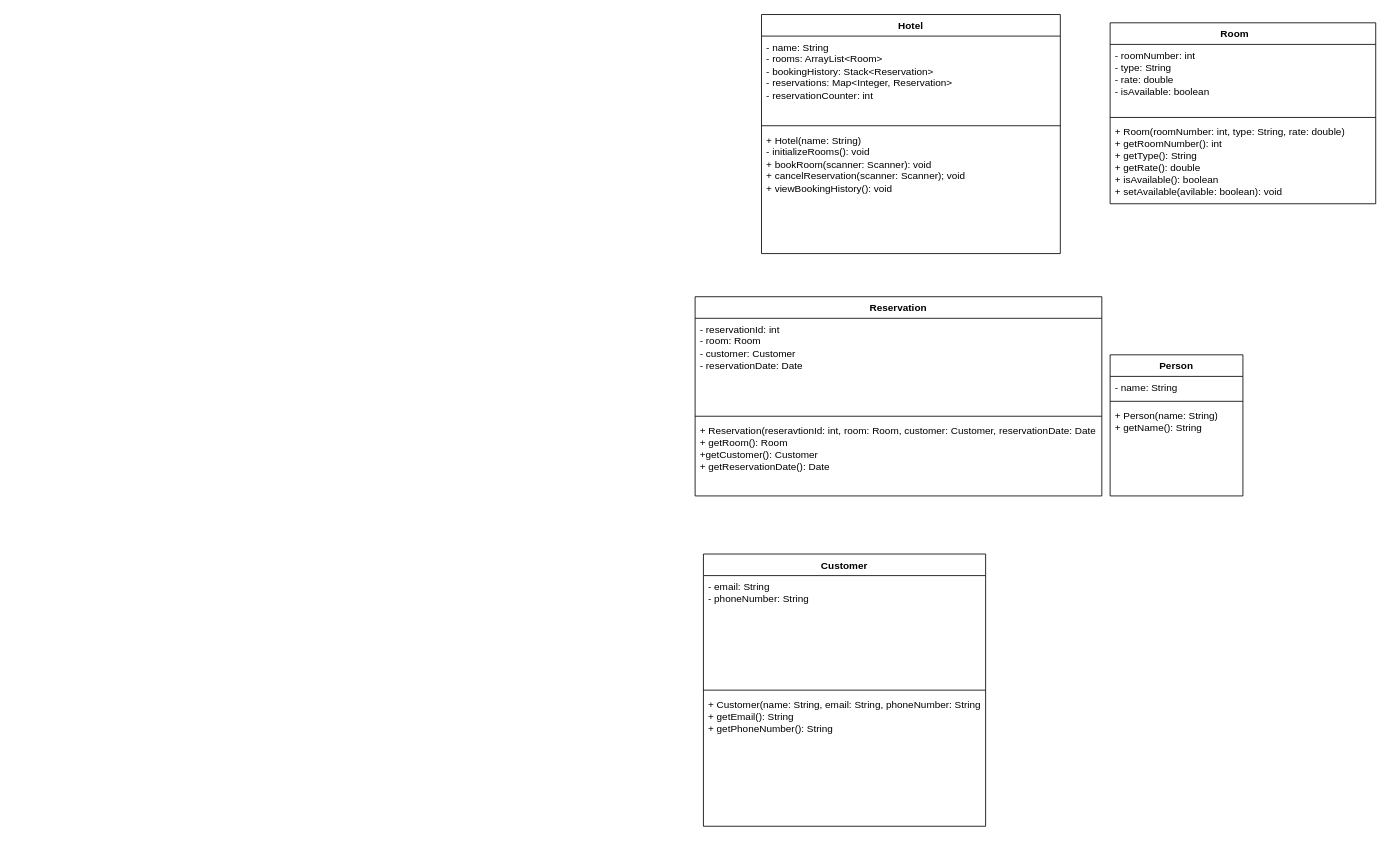
Above: Untitled Diagram.drawio in yash10189/IS247 (draw.io), before the change. Source tidied: cells renumbered, new cells numbered last; positions are measured from the earlier drawing's top-left corner, leaving out a move shared by most shapes. Both pictures are drawn from the tidied source at 83%, with x=0, y=0 at pixel (695, 14).
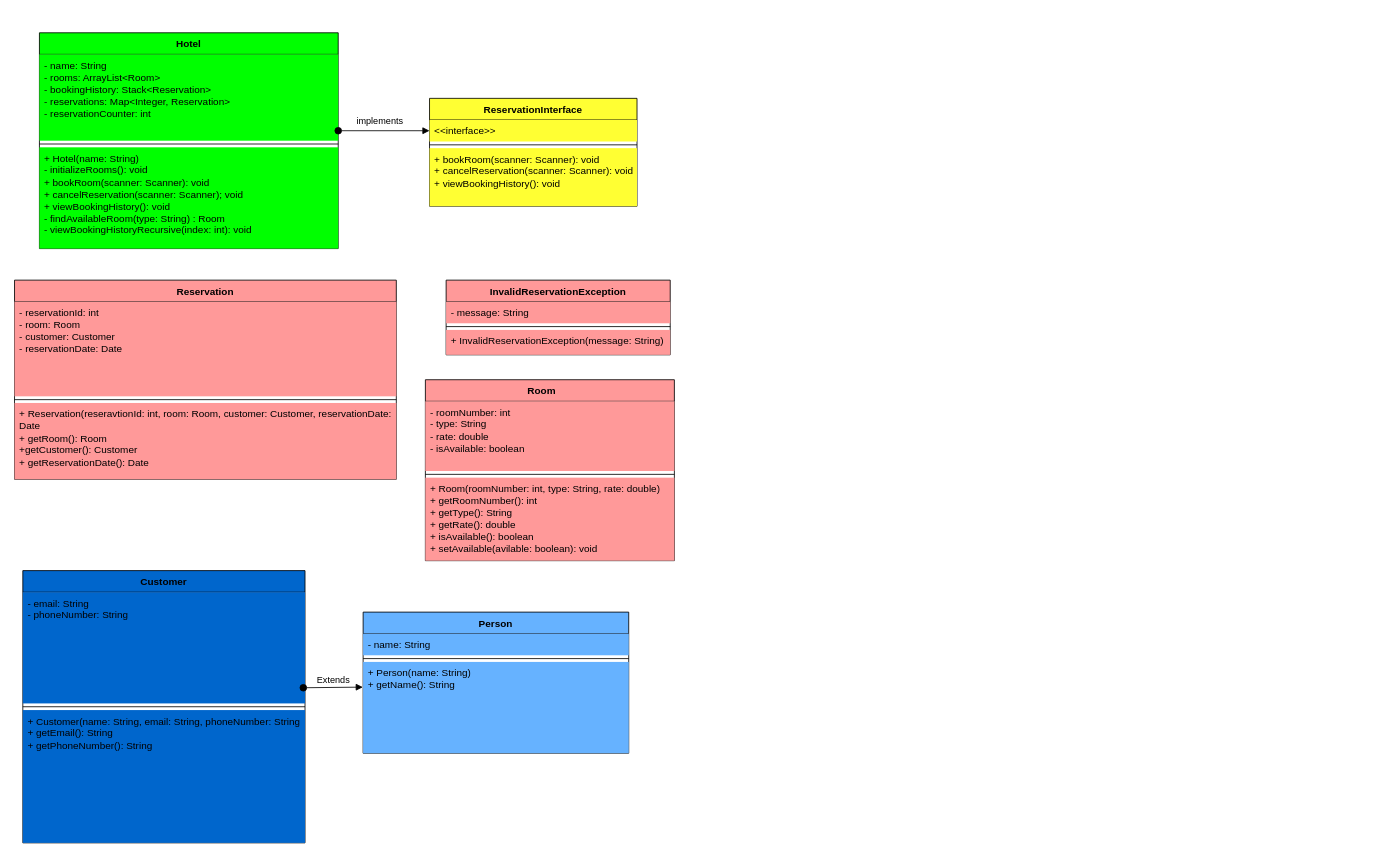
After the change.

Change to the diagram source:
```diff
@@
-    <mxCell id="2" style="endArrow=none;html=1;rounded=0;" parent="1" edge="1">
+    <mxCell id="2" style="endArrow=none;html=1;rounded=0;fillColor=#FF9999;" parent="1" edge="1">
       <mxGeometry relative="1" as="geometry">
         <mxPoint x="30" y="160" as="sourcePoint" />
         <mxPoint x="30" y="160" as="targetPoint" />
       </mxGeometry>
     </mxCell>
-    <mxCell id="3" value="Hotel" style="swimlane;fontStyle=1;align=center;verticalAlign=top;horizontal=1;startSize=26;whiteSpace=wrap;html=1;" parent="1" vertex="1">
-      <mxGeometry x="80" width="360" height="288" as="geometry" />
+    <mxCell id="3" value="Hotel" style="swimlane;fontStyle=1;align=center;verticalAlign=top;horizontal=1;startSize=26;whiteSpace=wrap;html=1;fillColor=#00FF00;" parent="1" vertex="1">
+      <mxGeometry x="-790" y="22" width="360" height="260" as="geometry" />
     </mxCell>
-    <mxCell id="4" value="- name: String&lt;div&gt;- rooms: ArrayList&amp;lt;Room&amp;gt;&lt;/div&gt;&lt;div&gt;- bookingHistory: Stack&amp;lt;Reservation&amp;gt;&lt;/div&gt;&lt;div&gt;- reservations: Map&amp;lt;Integer, Reservation&amp;gt;&amp;nbsp;&lt;/div&gt;&lt;div&gt;- reservationCounter: int&lt;/div&gt;" style="text;strokeColor=none;fillColor=none;align=left;verticalAlign=top;spacingLeft=4;spacingRight=4;overflow=hidden;whiteSpace=wrap;html=1;" parent="3" vertex="1">
+    <mxCell id="4" value="- name: String&lt;div&gt;- rooms: ArrayList&amp;lt;Room&amp;gt;&lt;/div&gt;&lt;div&gt;- bookingHistory: Stack&amp;lt;Reservation&amp;gt;&lt;/div&gt;&lt;div&gt;- reservations: Map&amp;lt;Integer, Reservation&amp;gt;&amp;nbsp;&lt;/div&gt;&lt;div&gt;- reservationCounter: int&lt;/div&gt;" style="text;strokeColor=none;fillColor=#00FF00;align=left;verticalAlign=top;spacingLeft=4;spacingRight=4;overflow=hidden;whiteSpace=wrap;html=1;" parent="3" vertex="1">
       <mxGeometry y="26" width="360" height="104" as="geometry" />
     </mxCell>
-    <mxCell id="5" style="line;strokeWidth=1;fillColor=none;align=left;verticalAlign=middle;spacingTop=-1;spacingLeft=3;spacingRight=3;labelPosition=right;strokeColor=inherit;" parent="3" vertex="1">
+    <mxCell id="5" style="line;strokeWidth=1;fillColor=#00FF00;align=left;verticalAlign=middle;spacingTop=-1;spacingLeft=3;spacingRight=3;labelPosition=right;strokeColor=inherit;" parent="3" vertex="1">
       <mxGeometry y="130" width="360" height="8" as="geometry" />
     </mxCell>
-    <mxCell id="6" value="+ Hotel(name: String)&lt;div&gt;- initializeRooms(): void&lt;/div&gt;&lt;div&gt;+ bookRoom(scanner: Scanner): void&lt;/div&gt;&lt;div&gt;+ cancelReservation(scanner: Scanner); void&lt;/div&gt;&lt;div&gt;+ viewBookingHistory(): void&lt;/div&gt;&lt;div&gt;&lt;br&gt;&lt;/div&gt;" style="text;strokeColor=none;fillColor=none;align=left;verticalAlign=top;spacingLeft=4;spacingRight=4;overflow=hidden;whiteSpace=wrap;html=1;" parent="3" vertex="1">
-      <mxGeometry y="138" width="360" height="150" as="geometry" />
+    <mxCell id="6" value="+ Hotel(name: String)&lt;div&gt;- initializeRooms(): void&lt;/div&gt;&lt;div&gt;+ bookRoom(scanner: Scanner): void&lt;/div&gt;&lt;div&gt;+ cancelReservation(scanner: Scanner); void&lt;/div&gt;&lt;div&gt;+ viewBookingHistory(): void&lt;/div&gt;&lt;div&gt;- findAvailableRoom(type: String) : Room&lt;/div&gt;&lt;div&gt;- viewBookingHistoryRecursive(index: int): void&lt;/div&gt;&lt;div&gt;&lt;br&gt;&lt;/div&gt;" style="text;strokeColor=none;fillColor=#00FF00;align=left;verticalAlign=top;spacingLeft=4;spacingRight=4;overflow=hidden;whiteSpace=wrap;html=1;" parent="3" vertex="1">
+      <mxGeometry y="138" width="360" height="122" as="geometry" />
     </mxCell>
-    <mxCell id="7" value="Room&lt;span style=&quot;white-space: pre;&quot;&gt;&#9;&lt;/span&gt;" style="swimlane;fontStyle=1;align=center;verticalAlign=top;horizontal=1;startSize=26;whiteSpace=wrap;html=1;" parent="1" vertex="1">
-      <mxGeometry x="500" y="10" width="320" height="218" as="geometry" />
+    <mxCell id="7" value="Room&lt;span style=&quot;white-space: pre;&quot;&gt;&#9;&lt;/span&gt;" style="swimlane;fontStyle=1;align=center;verticalAlign=top;horizontal=1;startSize=26;whiteSpace=wrap;html=1;fillColor=#FF9999;" parent="1" vertex="1">
+      <mxGeometry x="-325" y="440" width="300" height="218" as="geometry" />
     </mxCell>
-    <mxCell id="8" value="- roomNumber: int&lt;div&gt;- type: String&lt;/div&gt;&lt;div&gt;- rate: double&lt;/div&gt;&lt;div&gt;- isAvailable: boolean&lt;/div&gt;" style="text;strokeColor=none;fillColor=none;align=left;verticalAlign=top;spacingLeft=4;spacingRight=4;overflow=hidden;whiteSpace=wrap;html=1;" parent="7" vertex="1">
-      <mxGeometry y="26" width="320" height="84" as="geometry" />
+    <mxCell id="8" value="- roomNumber: int&lt;div&gt;- type: String&lt;/div&gt;&lt;div&gt;- rate: double&lt;/div&gt;&lt;div&gt;- isAvailable: boolean&lt;/div&gt;" style="text;strokeColor=none;fillColor=#FF9999;align=left;verticalAlign=top;spacingLeft=4;spacingRight=4;overflow=hidden;whiteSpace=wrap;html=1;" parent="7" vertex="1">
+      <mxGeometry y="26" width="300" height="84" as="geometry" />
     </mxCell>
-    <mxCell id="9" style="line;strokeWidth=1;fillColor=none;align=left;verticalAlign=middle;spacingTop=-1;spacingLeft=3;spacingRight=3;labelPosition=right;strokeColor=inherit;" parent="7" vertex="1">
-      <mxGeometry y="110" width="320" height="8" as="geometry" />
+    <mxCell id="9" style="line;strokeWidth=1;fillColor=#FF9999;align=left;verticalAlign=middle;spacingTop=-1;spacingLeft=3;spacingRight=3;labelPosition=right;strokeColor=inherit;" parent="7" vertex="1">
+      <mxGeometry y="110" width="300" height="8" as="geometry" />
     </mxCell>
-    <mxCell id="10" value="+ Room(roomNumber: int, type: String, rate: double)&lt;div&gt;+ getRoomNumber(): int&lt;/div&gt;&lt;div&gt;+ getType(): String&lt;/div&gt;&lt;div&gt;+ getRate(): double&lt;/div&gt;&lt;div&gt;+ isAvailable(): boolean&lt;/div&gt;&lt;div&gt;+ setAvailable(avilable: boolean): void&lt;/div&gt;" style="text;strokeColor=none;fillColor=none;align=left;verticalAlign=top;spacingLeft=4;spacingRight=4;overflow=hidden;whiteSpace=wrap;html=1;" parent="7" vertex="1">
-      <mxGeometry y="118" width="320" height="100" as="geometry" />
+    <mxCell id="10" value="+ Room(roomNumber: int, type: String, rate: double)&lt;div&gt;+ getRoomNumber(): int&lt;/div&gt;&lt;div&gt;+ getType(): String&lt;/div&gt;&lt;div&gt;+ getRate(): double&lt;/div&gt;&lt;div&gt;+ isAvailable(): boolean&lt;/div&gt;&lt;div&gt;+ setAvailable(avilable: boolean): void&lt;/div&gt;" style="text;strokeColor=none;fillColor=#FF9999;align=left;verticalAlign=top;spacingLeft=4;spacingRight=4;overflow=hidden;whiteSpace=wrap;html=1;" parent="7" vertex="1">
+      <mxGeometry y="118" width="300" height="100" as="geometry" />
     </mxCell>
-    <mxCell id="11" value="Reservation" style="swimlane;fontStyle=1;align=center;verticalAlign=top;horizontal=1;startSize=26;whiteSpace=wrap;html=1;" parent="1" vertex="1">
-      <mxGeometry y="340" width="490" height="240" as="geometry" />
+    <mxCell id="11" value="Reservation" style="swimlane;fontStyle=1;align=center;verticalAlign=top;horizontal=1;startSize=26;whiteSpace=wrap;html=1;fillColor=#FF9999;" parent="1" vertex="1">
+      <mxGeometry x="-820" y="320" width="460" height="240" as="geometry" />
     </mxCell>
-    <mxCell id="12" value="- reservationId: int&lt;div&gt;- room: Room&lt;/div&gt;&lt;div&gt;- customer: Customer&lt;/div&gt;&lt;div&gt;- reservationDate: Date&lt;/div&gt;" style="text;strokeColor=none;fillColor=none;align=left;verticalAlign=top;spacingLeft=4;spacingRight=4;overflow=hidden;whiteSpace=wrap;html=1;" parent="11" vertex="1">
-      <mxGeometry y="26" width="490" height="114" as="geometry" />
+    <mxCell id="12" value="- reservationId: int&lt;div&gt;- room: Room&lt;/div&gt;&lt;div&gt;- customer: Customer&lt;/div&gt;&lt;div&gt;- reservationDate: Date&lt;/div&gt;" style="text;strokeColor=none;fillColor=#FF9999;align=left;verticalAlign=top;spacingLeft=4;spacingRight=4;overflow=hidden;whiteSpace=wrap;html=1;" parent="11" vertex="1">
+      <mxGeometry y="26" width="460" height="114" as="geometry" />
     </mxCell>
-    <mxCell id="13" style="line;strokeWidth=1;fillColor=none;align=left;verticalAlign=middle;spacingTop=-1;spacingLeft=3;spacingRight=3;labelPosition=right;strokeColor=inherit;" parent="11" vertex="1">
-      <mxGeometry y="140" width="490" height="8" as="geometry" />
+    <mxCell id="13" style="line;strokeWidth=1;fillColor=#FF9999;align=left;verticalAlign=middle;spacingTop=-1;spacingLeft=3;spacingRight=3;labelPosition=right;strokeColor=inherit;" parent="11" vertex="1">
+      <mxGeometry y="140" width="460" height="8" as="geometry" />
     </mxCell>
-    <mxCell id="14" value="+ Reservation(reseravtionId: int, room: Room, customer: Customer, reservationDate: Date&lt;div&gt;+ getRoom(): Room&lt;/div&gt;&lt;div&gt;+getCustomer(): Customer&lt;/div&gt;&lt;div&gt;+ getReservationDate(): Date&lt;/div&gt;" style="text;strokeColor=none;fillColor=none;align=left;verticalAlign=top;spacingLeft=4;spacingRight=4;overflow=hidden;whiteSpace=wrap;html=1;" parent="11" vertex="1">
-      <mxGeometry y="148" width="490" height="92" as="geometry" />
+    <mxCell id="14" value="+ Reservation(reseravtionId: int, room: Room, customer: Customer, reservationDate: Date&lt;div&gt;+ getRoom(): Room&lt;/div&gt;&lt;div&gt;+getCustomer(): Customer&lt;/div&gt;&lt;div&gt;+ getReservationDate(): Date&lt;/div&gt;" style="text;strokeColor=none;fillColor=#FF9999;align=left;verticalAlign=top;spacingLeft=4;spacingRight=4;overflow=hidden;whiteSpace=wrap;html=1;" parent="11" vertex="1">
+      <mxGeometry y="148" width="460" height="92" as="geometry" />
     </mxCell>
-    <mxCell id="15" value="Customer" style="swimlane;fontStyle=1;align=center;verticalAlign=top;horizontal=1;startSize=26;whiteSpace=wrap;html=1;" parent="1" vertex="1">
-      <mxGeometry x="10" y="650" width="340" height="328" as="geometry" />
+    <mxCell id="15" value="Customer" style="swimlane;fontStyle=1;align=center;verticalAlign=top;horizontal=1;startSize=26;whiteSpace=wrap;html=1;fillColor=#0066CC;" parent="1" vertex="1">
+      <mxGeometry x="-810" y="670" width="340" height="328" as="geometry" />
     </mxCell>
-    <mxCell id="16" value="- email: String&lt;div&gt;- phoneNumber: String&lt;/div&gt;" style="text;strokeColor=none;fillColor=none;align=left;verticalAlign=top;spacingLeft=4;spacingRight=4;overflow=hidden;points=[[0,0.5],[1,0.5]];portConstraint=eastwest;whiteSpace=wrap;html=1;" parent="15" vertex="1">
+    <mxCell id="16" value="- email: String&lt;div&gt;- phoneNumber: String&lt;/div&gt;" style="text;strokeColor=none;fillColor=#0066CC;align=left;verticalAlign=top;spacingLeft=4;spacingRight=4;overflow=hidden;points=[[0,0.5],[1,0.5]];portConstraint=eastwest;whiteSpace=wrap;html=1;" parent="15" vertex="1">
       <mxGeometry y="26" width="340" height="134" as="geometry" />
     </mxCell>
-    <mxCell id="17" style="line;strokeWidth=1;fillColor=none;align=left;verticalAlign=middle;spacingTop=-1;spacingLeft=3;spacingRight=3;labelPosition=right;strokeColor=inherit;" parent="15" vertex="1">
+    <mxCell id="17" style="line;strokeWidth=1;fillColor=#0066CC;align=left;verticalAlign=middle;spacingTop=-1;spacingLeft=3;spacingRight=3;labelPosition=right;strokeColor=inherit;" parent="15" vertex="1">
       <mxGeometry y="160" width="340" height="8" as="geometry" />
     </mxCell>
-    <mxCell id="18" value="+ Customer(name: String, email: String, phoneNumber: String&lt;div&gt;+ getEmail(): String&lt;/div&gt;&lt;div&gt;+ getPhoneNumber(): String&amp;nbsp;&lt;/div&gt;" style="text;strokeColor=none;fillColor=none;align=left;verticalAlign=top;spacingLeft=4;spacingRight=4;overflow=hidden;whiteSpace=wrap;html=1;" parent="15" vertex="1">
+    <mxCell id="18" value="+ Customer(name: String, email: String, phoneNumber: String&lt;div&gt;+ getEmail(): String&lt;/div&gt;&lt;div&gt;+ getPhoneNumber(): String&amp;nbsp;&lt;/div&gt;" style="text;strokeColor=none;fillColor=#0066CC;align=left;verticalAlign=top;spacingLeft=4;spacingRight=4;overflow=hidden;whiteSpace=wrap;html=1;" parent="15" vertex="1">
       <mxGeometry y="168" width="340" height="160" as="geometry" />
     </mxCell>
+    <mxCell id="23" value="ReservationInterface" style="swimlane;fontStyle=1;align=center;verticalAlign=top;horizontal=1;startSize=26;whiteSpace=wrap;html=1;fillColor=#FFFF33;" parent="1" vertex="1">
+      <mxGeometry x="-320" y="101" width="250" height="130" as="geometry" />
+    </mxCell>
+    <mxCell id="24" value="&amp;lt;&amp;lt;interface&amp;gt;&amp;gt;" style="text;strokeColor=none;fillColor=#FFFF33;align=left;verticalAlign=top;spacingLeft=4;spacingRight=4;overflow=hidden;points=[[0,0.5],[1,0.5]];portConstraint=eastwest;whiteSpace=wrap;html=1;" parent="23" vertex="1">
+      <mxGeometry y="26" width="250" height="26" as="geometry" />
+    </mxCell>
+    <mxCell id="25" style="line;strokeWidth=1;fillColor=#FFFF33;align=left;verticalAlign=middle;spacingTop=-1;spacingLeft=3;spacingRight=3;labelPosition=right;strokeColor=inherit;" parent="23" vertex="1">
+      <mxGeometry y="52" width="250" height="8" as="geometry" />
+    </mxCell>
+    <mxCell id="26" value="+ bookRoom(scanner: Scanner): void&lt;div&gt;+ cancelReservation(scanner: Scanner): void&lt;/div&gt;&lt;div&gt;+ viewBookingHistory(): void&lt;/div&gt;" style="text;strokeColor=none;fillColor=#FFFF33;align=left;verticalAlign=top;spacingLeft=4;spacingRight=4;overflow=hidden;whiteSpace=wrap;html=1;" parent="23" vertex="1">
+      <mxGeometry y="60" width="250" height="70" as="geometry" />
+    </mxCell>
+    <mxCell id="27" value="InvalidReservationException" style="swimlane;fontStyle=1;align=center;verticalAlign=top;horizontal=1;startSize=26;whiteSpace=wrap;html=1;fillColor=#FF9999;" parent="1" vertex="1">
+      <mxGeometry x="-300" y="320" width="270" height="90" as="geometry" />
+    </mxCell>
+    <mxCell id="28" value="- message: String" style="text;strokeColor=none;fillColor=#FF9999;align=left;verticalAlign=top;spacingLeft=4;spacingRight=4;overflow=hidden;whiteSpace=wrap;html=1;" parent="27" vertex="1">
+      <mxGeometry y="26" width="270" height="26" as="geometry" />
+    </mxCell>
+    <mxCell id="29" style="line;strokeWidth=1;fillColor=#FF9999;align=left;verticalAlign=middle;spacingTop=-1;spacingLeft=3;spacingRight=3;labelPosition=right;strokeColor=inherit;" parent="27" vertex="1">
+      <mxGeometry y="52" width="270" height="8" as="geometry" />
+    </mxCell>
+    <mxCell id="30" value="+ InvalidReservationException(message: String)" style="text;strokeColor=none;fillColor=#FF9999;align=left;verticalAlign=top;spacingLeft=4;spacingRight=4;overflow=hidden;whiteSpace=wrap;html=1;" parent="27" vertex="1">
+      <mxGeometry y="60" width="270" height="30" as="geometry" />
+    </mxCell>
+    <mxCell id="31" value="Extends" style="html=1;verticalAlign=bottom;startArrow=oval;startFill=1;endArrow=block;startSize=8;curved=0;rounded=0;entryX=-0.001;entryY=0.276;entryDx=0;entryDy=0;entryPerimeter=0;exitX=0.994;exitY=0.859;exitDx=0;exitDy=0;exitPerimeter=0;" parent="1" edge="1" source="16" target="22">
+      <mxGeometry relative="1" as="geometry" />
+    </mxCell>
+    <mxCell id="32" style="html=1;verticalAlign=bottom;startArrow=oval;startFill=1;endArrow=block;startSize=8;curved=0;rounded=0;entryX=0;entryY=0.5;entryDx=0;entryDy=0;" parent="1" edge="1" target="24">
+      <mxGeometry relative="1" as="geometry">
+        <mxPoint x="-430" y="140" as="sourcePoint" />
+      </mxGeometry>
+    </mxCell>
+    <mxCell id="33" value="implements" style="edgeLabel;html=1;align=center;verticalAlign=middle;" parent="32" vertex="1">
+      <mxGeometry x="-0.12" y="4" relative="1" as="geometry">
+        <mxPoint x="1" y="-9" as="offset" />
+      </mxGeometry>
+    </mxCell>
-    <mxCell id="19" value="Person" style="swimlane;fontStyle=1;align=center;verticalAlign=top;horizontal=1;startSize=26;whiteSpace=wrap;html=1;" parent="1" vertex="1">
-      <mxGeometry x="500" y="410" width="160" height="170" as="geometry" />
+    <mxCell id="19" value="Person" style="swimlane;fontStyle=1;align=center;verticalAlign=top;horizontal=1;startSize=26;whiteSpace=wrap;html=1;fillColor=#66B2FF;" parent="1" vertex="1">
+      <mxGeometry x="-400" y="720" width="320" height="170" as="geometry" />
     </mxCell>
-    <mxCell id="20" value="- name: String" style="text;strokeColor=none;fillColor=none;align=left;verticalAlign=top;spacingLeft=4;spacingRight=4;overflow=hidden;whiteSpace=wrap;html=1;" parent="19" vertex="1">
-      <mxGeometry y="26" width="160" height="26" as="geometry" />
+    <mxCell id="20" value="- name: String" style="text;strokeColor=none;fillColor=#66B2FF;align=left;verticalAlign=top;spacingLeft=4;spacingRight=4;overflow=hidden;whiteSpace=wrap;html=1;" parent="19" vertex="1">
+      <mxGeometry y="26" width="320" height="26" as="geometry" />
     </mxCell>
-    <mxCell id="21" style="line;strokeWidth=1;fillColor=none;align=left;verticalAlign=middle;spacingTop=-1;spacingLeft=3;spacingRight=3;labelPosition=right;strokeColor=inherit;" parent="19" vertex="1">
-      <mxGeometry y="52" width="160" height="8" as="geometry" />
+    <mxCell id="21" style="line;strokeWidth=1;fillColor=#66B2FF;align=left;verticalAlign=middle;spacingTop=-1;spacingLeft=3;spacingRight=3;labelPosition=right;strokeColor=inherit;" parent="19" vertex="1">
+      <mxGeometry y="52" width="320" height="8" as="geometry" />
     </mxCell>
-    <mxCell id="22" value="+ Person(name: String)&lt;div&gt;+ getName(): String&lt;/div&gt;" style="text;strokeColor=none;fillColor=none;align=left;verticalAlign=top;spacingLeft=4;spacingRight=4;overflow=hidden;points=[[0,0.5],[1,0.5]];portConstraint=eastwest;whiteSpace=wrap;html=1;" parent="19" vertex="1">
-      <mxGeometry y="60" width="160" height="110" as="geometry" />
+    <mxCell id="22" value="+ Person(name: String)&lt;div&gt;+ getName(): String&lt;/div&gt;" style="text;strokeColor=none;fillColor=#66B2FF;align=left;verticalAlign=top;spacingLeft=4;spacingRight=4;overflow=hidden;points=[[0,0.5],[1,0.5]];portConstraint=eastwest;whiteSpace=wrap;html=1;" parent="19" vertex="1">
+      <mxGeometry y="60" width="320" height="110" as="geometry" />
     </mxCell>
```
